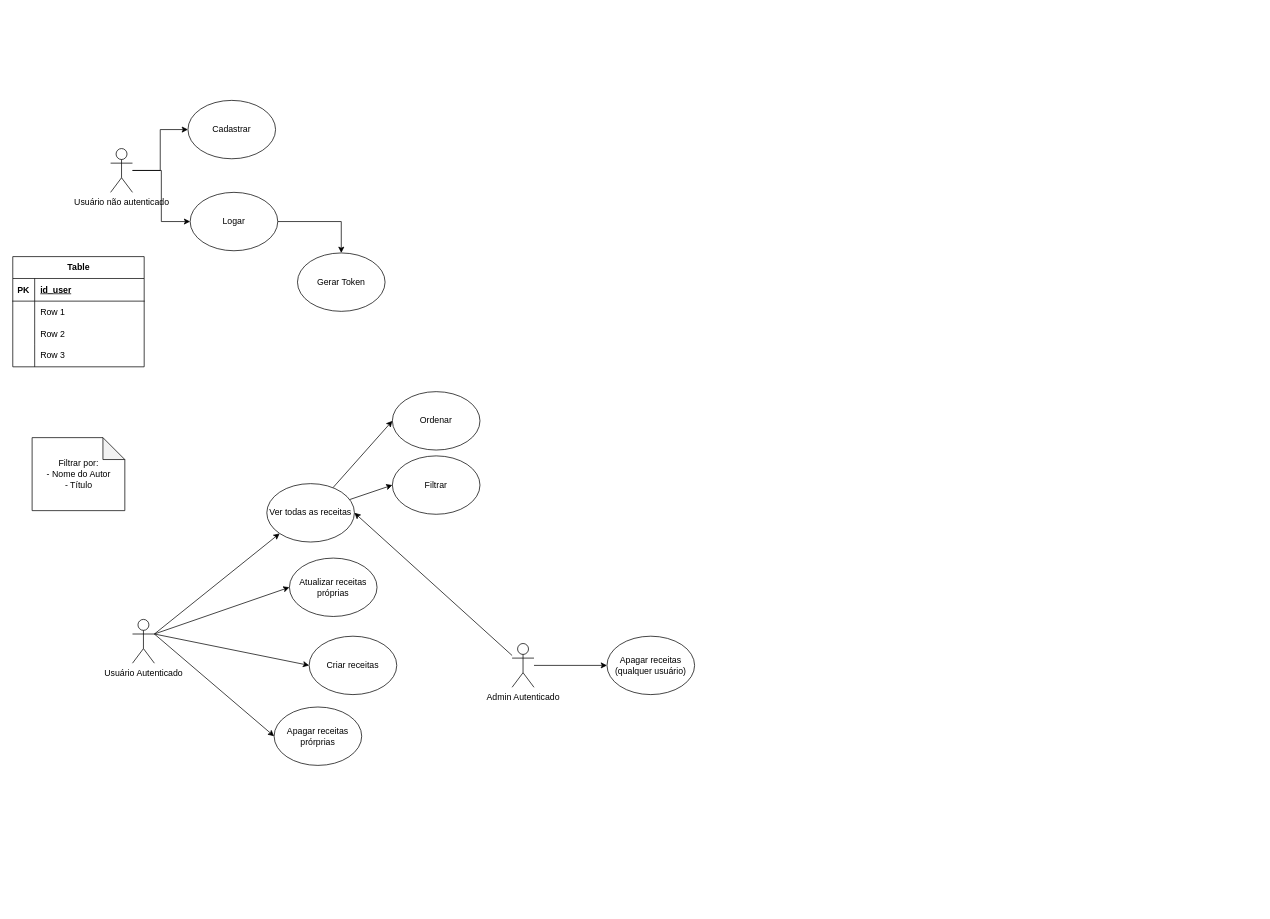
The draw.io diagram TudoGostosoDiagramas.drawio in DeividSouSan/TudoGostoso, before the edit. Source tidied: cells renumbered, new cells numbered last; positions are measured from the earlier drawing's top-left corner, leaving out a move shared by most shapes. Both pictures are drawn from the tidied source at 73%, with x=0, y=0 at pixel (12, 100).
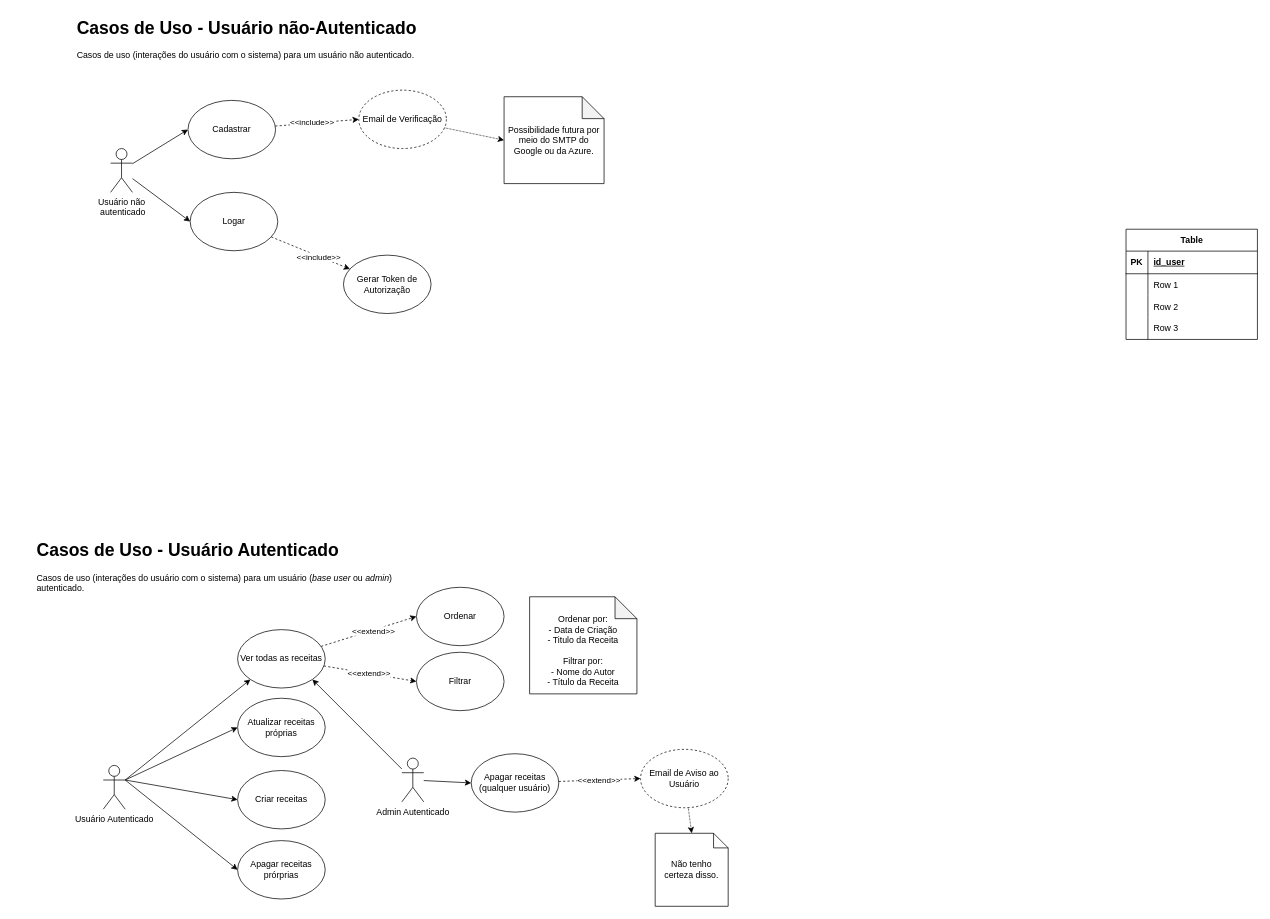
The same diagram, later.

Commit message:
Update with Use Cases for Users

Unchanged cells that the change refers to:
```xml
<mxCell id="26" value="Cadastrar" style="ellipse;whiteSpace=wrap;html=1;" parent="1" vertex="1">
  <mxGeometry x="240" width="120" height="80" as="geometry" />
</mxCell>
<mxCell id="28" value="Logar" style="ellipse;whiteSpace=wrap;html=1;" parent="1" vertex="1">
  <mxGeometry x="243" y="126" width="120" height="80" as="geometry" />
</mxCell>
```

Change to the diagram source:
```diff
@@
     <mxCell id="6" value="Usuário Autenticado&lt;div&gt;&lt;br&gt;&lt;/div&gt;" style="shape=umlActor;verticalLabelPosition=bottom;verticalAlign=top;html=1;outlineConnect=0;" parent="1" vertex="1">
-      <mxGeometry x="164" y="711" width="30" height="60" as="geometry" />
+      <mxGeometry x="124" y="911" width="30" height="60" as="geometry" />
     </mxCell>
-    <mxCell id="7" style="rounded=0;jettySize=auto;html=1;entryX=0;entryY=0.5;entryDx=0;entryDy=0;" parent="1" edge="1" source="9" target="33">
+    <mxCell id="7" style="rounded=0;jettySize=auto;html=1;entryX=0;entryY=0.5;entryDx=0;entryDy=0;dashed=1;" parent="1" edge="1" source="9" target="33">
       <mxGeometry relative="1" as="geometry" />
     </mxCell>
+    <mxCell id="41" value="&amp;lt;&amp;lt;extend&amp;gt;&amp;gt;" style="edgeLabel;html=1;align=center;verticalAlign=middle;" parent="7" vertex="1">
+      <mxGeometry x="0.08" y="-1" relative="1" as="geometry" />
+    </mxCell>
-    <mxCell id="8" style="rounded=0;jettySize=auto;html=1;entryX=0;entryY=0.5;entryDx=0;entryDy=0;" parent="1" edge="1" source="9" target="34">
+    <mxCell id="8" style="rounded=0;jettySize=auto;html=1;entryX=0;entryY=0.5;entryDx=0;entryDy=0;dashed=1;" parent="1" edge="1" source="9" target="34">
       <mxGeometry relative="1" as="geometry" />
     </mxCell>
+    <mxCell id="42" value="&amp;lt;&amp;lt;extend&amp;gt;&amp;gt;" style="edgeLabel;html=1;align=center;verticalAlign=middle;" parent="8" vertex="1">
+      <mxGeometry x="-0.03" y="1" relative="1" as="geometry" />
+    </mxCell>
     <mxCell id="9" value="Ver todas as receitas" style="ellipse;whiteSpace=wrap;html=1;" parent="1" vertex="1">
-      <mxGeometry x="348" y="525" width="120" height="80" as="geometry" />
+      <mxGeometry x="308" y="725" width="120" height="80" as="geometry" />
     </mxCell>
     <mxCell id="10" value="Criar receitas" style="ellipse;whiteSpace=wrap;html=1;" parent="1" vertex="1">
-      <mxGeometry x="406" y="734" width="120" height="80" as="geometry" />
+      <mxGeometry x="308" y="918" width="120" height="80" as="geometry" />
     </mxCell>
-    <mxCell id="11" value="Filtrar por:&lt;div&gt;- Nome do Autor&lt;/div&gt;&lt;div&gt;- Título&lt;/div&gt;" style="shape=note;whiteSpace=wrap;html=1;backgroundOutline=1;darkOpacity=0.05;" parent="1" vertex="1">
-      <mxGeometry x="26.5" y="462" width="127" height="100" as="geometry" />
+    <mxCell id="11" value="&lt;div&gt;&lt;br&gt;&lt;/div&gt;&lt;div&gt;Ordenar por:&lt;/div&gt;&lt;div&gt;- Data de Criação&lt;/div&gt;&lt;div&gt;- Titulo da Receita&lt;/div&gt;&lt;div&gt;&lt;br&gt;&lt;/div&gt;Filtrar por:&lt;div&gt;- Nome do Autor&lt;/div&gt;&lt;div&gt;- Título da Receita&lt;/div&gt;" style="shape=note;whiteSpace=wrap;html=1;backgroundOutline=1;darkOpacity=0.05;" parent="1" vertex="1">
+      <mxGeometry x="708" y="680" width="147" height="133" as="geometry" />
     </mxCell>
     <mxCell id="12" value="Apagar receitas prórprias" style="ellipse;whiteSpace=wrap;html=1;" parent="1" vertex="1">
-      <mxGeometry x="358" y="831" width="120" height="80" as="geometry" />
+      <mxGeometry x="308" y="1014" width="120" height="80" as="geometry" />
     </mxCell>
     <mxCell id="13" value="Table" style="shape=table;startSize=30;childLayout=tableLayout;rowLines=0;fontStyle=1;align=center;html=1;" parent="1" vertex="1">
-      <mxGeometry y="214" width="180" height="151" as="geometry" />
+      <mxGeometry x="1525" y="176.5" width="180" height="151" as="geometry" />
     </mxCell>
@@
+    <mxCell id="43" style="rounded=0;jettySize=auto;html=1;entryX=0;entryY=0.5;entryDx=0;entryDy=0;dashed=1;" parent="1" edge="1" source="26" target="49">
+      <mxGeometry relative="1" as="geometry" />
+    </mxCell>
+    <mxCell id="44" value="&amp;lt;&amp;lt;include&amp;gt;&amp;gt;" style="edgeLabel;html=1;align=center;verticalAlign=middle;" parent="43" vertex="1">
+      <mxGeometry x="-0.31" relative="1" as="geometry">
+        <mxPoint x="10" y="-2" as="offset" />
+      </mxGeometry>
+    </mxCell>
@@
-    <mxCell id="27" style="edgeStyle=orthogonalEdgeStyle;rounded=0;jettySize=auto;html=1;" parent="1" edge="1" source="28" target="29">
+    <mxCell id="27" style="rounded=0;jettySize=auto;html=1;dashed=1;" parent="1" edge="1" source="28" target="29">
       <mxGeometry relative="1" as="geometry" />
     </mxCell>
+    <mxCell id="45" value="&amp;lt;&amp;lt;include&amp;gt;&amp;gt;" style="edgeLabel;html=1;align=center;verticalAlign=middle;" parent="27" vertex="1">
+      <mxGeometry x="0.2" y="-1" relative="1" as="geometry" />
+    </mxCell>
@@
-    <mxCell id="29" value="Gerar Token" style="ellipse;whiteSpace=wrap;html=1;" parent="1" vertex="1">
-      <mxGeometry x="390" y="209" width="120" height="80" as="geometry" />
+    <mxCell id="29" value="Gerar Token de Autorização" style="ellipse;whiteSpace=wrap;html=1;" parent="1" vertex="1">
+      <mxGeometry x="453" y="212" width="120" height="80" as="geometry" />
     </mxCell>
-    <mxCell id="30" style="edgeStyle=orthogonalEdgeStyle;rounded=0;jettySize=auto;html=1;entryX=0;entryY=0.5;entryDx=0;entryDy=0;" parent="1" edge="1" source="32" target="26">
+    <mxCell id="30" style="rounded=0;jettySize=auto;html=1;entryX=0;entryY=0.5;entryDx=0;entryDy=0;" parent="1" edge="1" source="32" target="26">
       <mxGeometry relative="1" as="geometry" />
     </mxCell>
-    <mxCell id="31" style="edgeStyle=orthogonalEdgeStyle;rounded=0;jettySize=auto;html=1;entryX=0;entryY=0.5;entryDx=0;entryDy=0;" parent="1" edge="1" source="32" target="28">
+    <mxCell id="31" style="rounded=0;jettySize=auto;html=1;entryX=0;entryY=0.5;entryDx=0;entryDy=0;" parent="1" edge="1" source="32" target="28">
       <mxGeometry relative="1" as="geometry" />
     </mxCell>
-    <mxCell id="32" value="Usuário não autenticado" style="shape=umlActor;verticalLabelPosition=bottom;verticalAlign=top;html=1;outlineConnect=0;" parent="1" vertex="1">
+    <mxCell id="32" value="Usuário não&lt;div&gt;&amp;nbsp;autenticado&lt;/div&gt;" style="shape=umlActor;verticalLabelPosition=bottom;verticalAlign=top;html=1;outlineConnect=0;" parent="1" vertex="1">
       <mxGeometry x="134" y="66" width="30" height="60" as="geometry" />
     </mxCell>
     <mxCell id="33" value="Ordenar" style="ellipse;whiteSpace=wrap;html=1;" parent="1" vertex="1">
-      <mxGeometry x="520" y="399" width="120" height="80" as="geometry" />
+      <mxGeometry x="553" y="667" width="120" height="80" as="geometry" />
     </mxCell>
     <mxCell id="34" value="Filtrar" style="ellipse;whiteSpace=wrap;html=1;" parent="1" vertex="1">
-      <mxGeometry x="520" y="487" width="120" height="80" as="geometry" />
+      <mxGeometry x="553" y="756" width="120" height="80" as="geometry" />
     </mxCell>
@@
     <mxCell id="36" value="Atualizar receitas próprias" style="ellipse;whiteSpace=wrap;html=1;" parent="1" vertex="1">
-      <mxGeometry x="379" y="627" width="120" height="80" as="geometry" />
+      <mxGeometry x="308" y="819" width="120" height="80" as="geometry" />
     </mxCell>
-    <mxCell id="37" style="rounded=0;jettySize=auto;html=1;entryX=1;entryY=0.5;entryDx=0;entryDy=0;" parent="1" edge="1" source="39" target="9">
+    <mxCell id="37" style="rounded=0;jettySize=auto;html=1;entryX=1;entryY=1;entryDx=0;entryDy=0;" parent="1" edge="1" source="39" target="9">
       <mxGeometry relative="1" as="geometry" />
     </mxCell>
@@
     <mxCell id="39" value="&lt;div&gt;Admin Autenticado&lt;/div&gt;" style="shape=umlActor;verticalLabelPosition=bottom;verticalAlign=top;html=1;outlineConnect=0;" parent="1" vertex="1">
-      <mxGeometry x="684" y="744" width="30" height="60" as="geometry" />
+      <mxGeometry x="533" y="901" width="30" height="60" as="geometry" />
     </mxCell>
+    <mxCell id="46" style="rounded=0;orthogonalLoop=1;jettySize=auto;html=1;entryX=0;entryY=0.5;entryDx=0;entryDy=0;dashed=1;" parent="1" edge="1">
+      <mxGeometry relative="1" as="geometry">
+        <mxPoint x="747.9" y="933" as="sourcePoint" />
+        <mxPoint x="860" y="929" as="targetPoint" />
+      </mxGeometry>
+    </mxCell>
+    <mxCell id="47" value="&amp;lt;&amp;lt;extend&amp;gt;&amp;gt;" style="edgeLabel;html=1;align=center;verticalAlign=middle;" parent="46" vertex="1">
+      <mxGeometry x="0.08" y="-1" relative="1" as="geometry">
+        <mxPoint x="-6" y="-1" as="offset" />
+      </mxGeometry>
+    </mxCell>
     <mxCell id="40" value="Apagar receitas (qualquer usuário)" style="ellipse;whiteSpace=wrap;html=1;" parent="1" vertex="1">
-      <mxGeometry x="814" y="734" width="120" height="80" as="geometry" />
+      <mxGeometry x="628" y="895" width="120" height="80" as="geometry" />
     </mxCell>
+    <mxCell id="48" value="&lt;h1 style=&quot;margin-top: 0px;&quot;&gt;Casos de Uso - Usuário não-Autenticado&lt;/h1&gt;&lt;p&gt;Casos de uso (interações do usuário com o sistema) para um usuário não autenticado.&lt;/p&gt;" style="text;html=1;whiteSpace=wrap;overflow=hidden;rounded=0;" parent="1" vertex="1">
+      <mxGeometry x="86" y="-120" width="510" height="120" as="geometry" />
+    </mxCell>
+    <mxCell id="49" value="Email de Verificação" style="ellipse;whiteSpace=wrap;html=1;dashed=1;" parent="1" vertex="1">
+      <mxGeometry x="474" y="-14" width="120" height="80" as="geometry" />
+    </mxCell>
+    <mxCell id="50" value="Possibilidade futura por meio do SMTP do Google ou da Azure." style="shape=note;whiteSpace=wrap;html=1;backgroundOutline=1;darkOpacity=0.05;" parent="1" vertex="1">
+      <mxGeometry x="673" y="-5" width="137" height="119" as="geometry" />
+    </mxCell>
+    <mxCell id="51" style="rounded=0;jettySize=auto;html=1;entryX=0;entryY=0.5;entryDx=0;entryDy=0;entryPerimeter=0;dashed=1;dashPattern=1 1;" parent="1" edge="1" source="49" target="50">
+      <mxGeometry relative="1" as="geometry" />
+    </mxCell>
+    <mxCell id="52" value="Email de Aviso ao Usuário" style="ellipse;whiteSpace=wrap;html=1;dashed=1;" parent="1" vertex="1">
+      <mxGeometry x="860" y="889" width="120" height="80" as="geometry" />
+    </mxCell>
+    <mxCell id="53" value="Não tenho certeza disso." style="shape=note;size=20;whiteSpace=wrap;html=1;" parent="1" vertex="1">
+      <mxGeometry x="880" y="1004" width="100" height="100" as="geometry" />
+    </mxCell>
+    <mxCell id="54" style="rounded=0;jettySize=auto;html=1;entryX=0.5;entryY=0;entryDx=0;entryDy=0;entryPerimeter=0;dashed=1;dashPattern=1 1;" parent="1" edge="1" source="52" target="53">
+      <mxGeometry relative="1" as="geometry" />
+    </mxCell>
+    <mxCell id="55" value="&lt;h1 style=&quot;margin-top: 0px;&quot;&gt;Casos de Uso - Usuário Autenticado&lt;/h1&gt;&lt;p&gt;Casos de uso (interações do usuário com o sistema) para um usuário (&lt;i&gt;base user&lt;/i&gt; ou &lt;i&gt;admin&lt;/i&gt;) autenticado.&lt;/p&gt;" style="text;html=1;whiteSpace=wrap;overflow=hidden;rounded=0;" parent="1" vertex="1">
+      <mxGeometry x="31" y="596" width="510" height="120" as="geometry" />
+    </mxCell>
```
